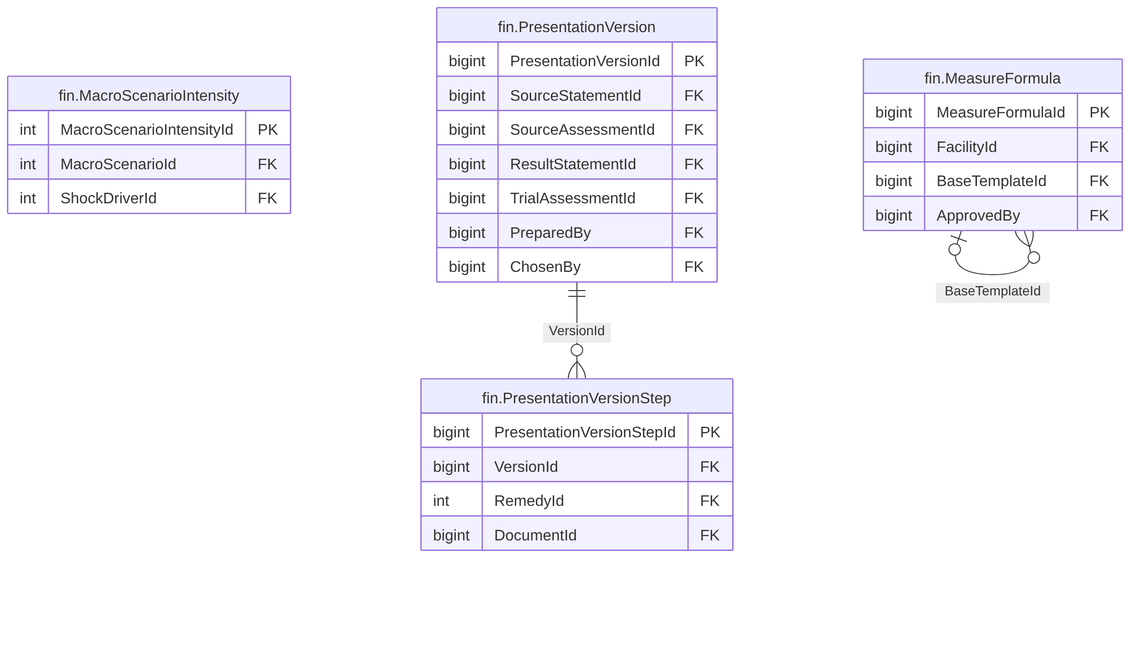
Before: treasury-platform/docs/diagrams/erd/m5_financials_9.png, a diagram exported from Mermaid (thawrasy/smartlines). Its source is kept beside it as treasury-platform/docs/diagrams/erd/m5_financials_9.mmd.
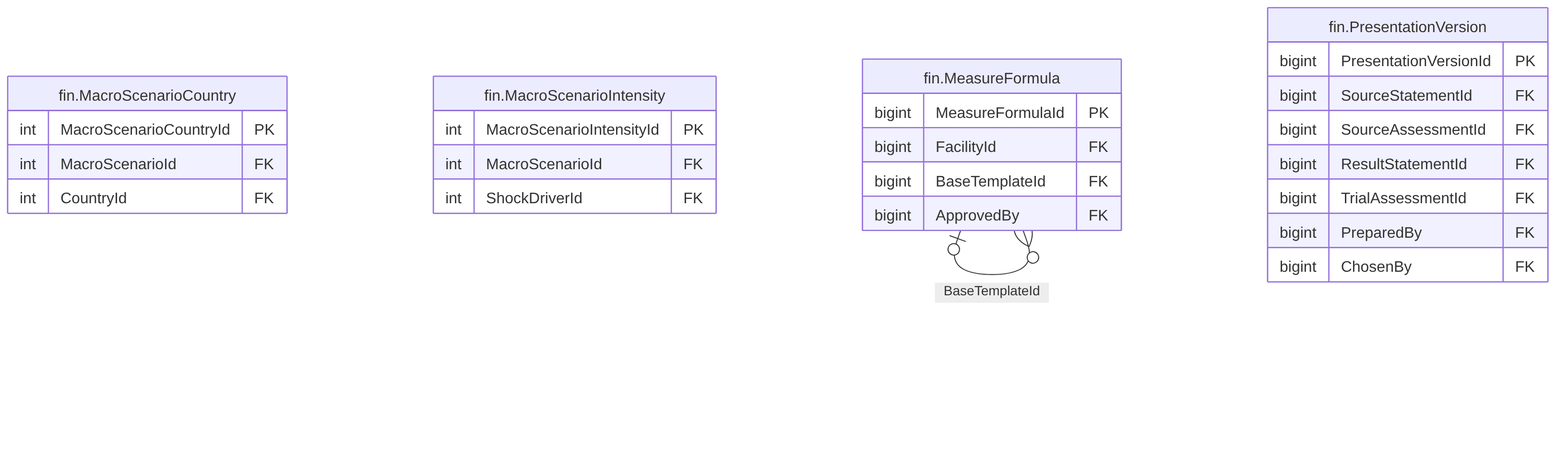
Above is the later version.

The edit, as a diff of the source:
```diff
@@ -1,4 +1,9 @@
 erDiagram
+  fin_MacroScenarioCountry["fin.MacroScenarioCountry"] {
+    int MacroScenarioCountryId PK
+    int MacroScenarioId FK
+    int CountryId FK
+  }
   fin_MacroScenarioIntensity["fin.MacroScenarioIntensity"] {
     int MacroScenarioIntensityId PK
     int MacroScenarioId FK
@@ -19,11 +24,4 @@
     bigint PreparedBy FK
     bigint ChosenBy FK
   }
-  fin_PresentationVersionStep["fin.PresentationVersionStep"] {
-    bigint PresentationVersionStepId PK
-    bigint VersionId FK
-    int RemedyId FK
-    bigint DocumentId FK
-  }
   fin_MeasureFormula |o--o{ fin_MeasureFormula : "BaseTemplateId"
-  fin_PresentationVersion ||--o{ fin_PresentationVersionStep : "VersionId"
```
